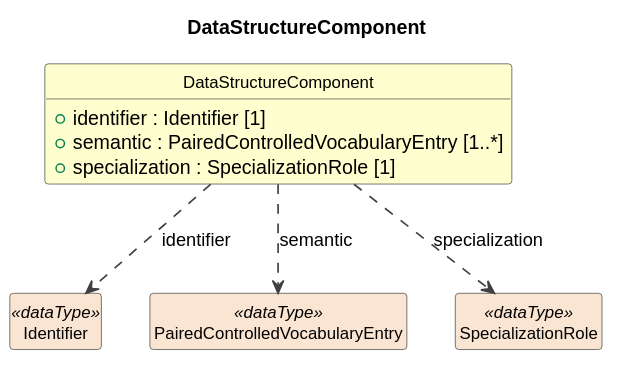
Above: build/field-level-documentation/CDIFDataStructure/Classes/DataStructureComponent.svg in Cross-Domain-Interoperability-Framework/metadataBuildingBlocks (PlantUML), before the change.
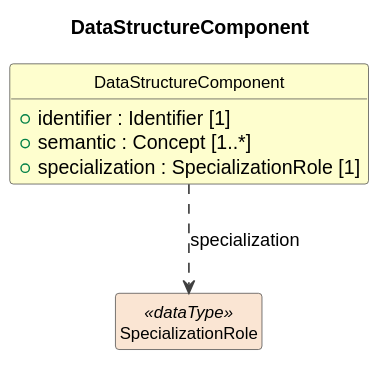
Above is the later version.

Change to the diagram source:
```diff
@@ -12,13 +12,9 @@
 
 class "DataStructureComponent" as DataStructureComponent #FEFECE {
   +identifier : Identifier [1]
-  +semantic : PairedControlledVocabularyEntry [1..*]
+  +semantic : Concept [1..*]
   +specialization : SpecializationRole [1]
 }
-class "Identifier" as Identifier <<dataType>> #FAE5D3
-DataStructureComponent ..> Identifier : identifier
-class "PairedControlledVocabularyEntry" as PairedControlledVocabularyEntry <<dataType>> #FAE5D3
-DataStructureComponent ..> PairedControlledVocabularyEntry : semantic
 class "SpecializationRole" as SpecializationRole <<dataType>> #FAE5D3
 DataStructureComponent ..> SpecializationRole : specialization
 @enduml
```
